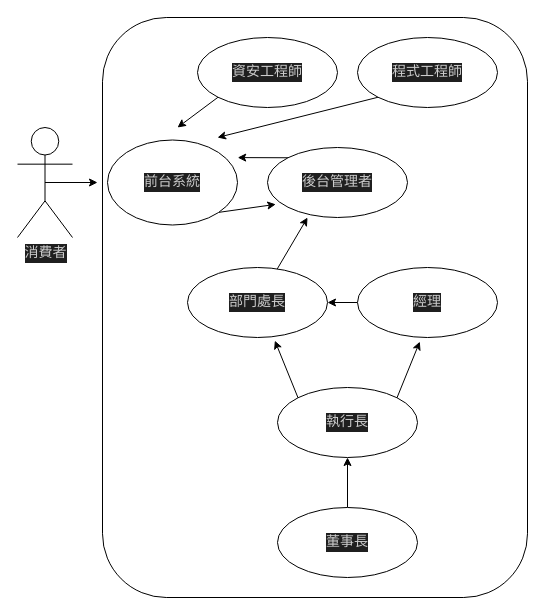
Before: 使用案例圖.drawio in ChengYe1025/FinalProject, a draw.io diagram. Source tidied: cells renumbered, new cells numbered last; positions are measured from the earlier drawing's top-left corner, leaving out a move shared by most shapes. Both pictures are drawn from the tidied source at 100%, with x=0, y=0 at pixel (17, 17).
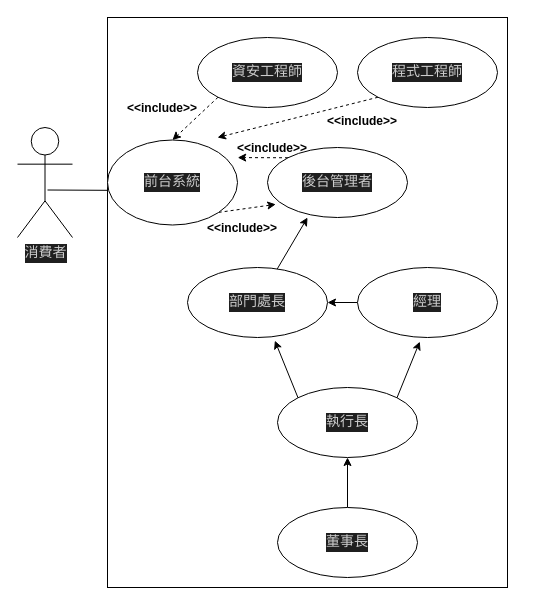
Above is the later version.

Unchanged cells that the change refers to:
```xml
<mxCell id="4" value="&lt;div style=&quot;color: rgb(204, 204, 204); background-color: rgb(31, 31, 31); font-family: Consolas, &amp;quot;Courier New&amp;quot;, monospace; font-size: 14px; line-height: 19px;&quot;&gt;消費者&lt;/div&gt;" style="shape=umlActor;verticalLabelPosition=bottom;verticalAlign=top;html=1;" parent="1" vertex="1">
  <mxGeometry y="110" width="55" height="110" as="geometry" />
</mxCell>
<mxCell id="6" value="&lt;div style=&quot;color: rgb(204, 204, 204); background-color: rgb(31, 31, 31); font-family: Consolas, &amp;quot;Courier New&amp;quot;, monospace; font-size: 14px; line-height: 19px;&quot;&gt;前台系統&lt;/div&gt;" style="ellipse;whiteSpace=wrap;html=1;" parent="1" vertex="1">
  <mxGeometry x="90" y="122.5" width="130" height="85" as="geometry" />
</mxCell>
<mxCell id="8" value="&lt;div style=&quot;color: rgb(204, 204, 204); background-color: rgb(31, 31, 31); font-family: Consolas, &amp;quot;Courier New&amp;quot;, monospace; font-size: 14px; line-height: 19px;&quot;&gt;&lt;div style=&quot;line-height: 19px;&quot;&gt;資安工程師&lt;/div&gt;&lt;/div&gt;" style="ellipse;whiteSpace=wrap;html=1;" parent="1" vertex="1">
  <mxGeometry x="180" y="20" width="140" height="70" as="geometry" />
</mxCell>
<mxCell id="10" value="&lt;div style=&quot;color: rgb(204, 204, 204); background-color: rgb(31, 31, 31); font-family: Consolas, &amp;quot;Courier New&amp;quot;, monospace; font-size: 14px; line-height: 19px;&quot;&gt;&lt;div style=&quot;line-height: 19px;&quot;&gt;後台管理者&lt;/div&gt;&lt;/div&gt;" style="ellipse;whiteSpace=wrap;html=1;" parent="1" vertex="1">
  <mxGeometry x="250" y="130" width="140" height="70" as="geometry" />
</mxCell>
<mxCell id="14" value="&lt;div style=&quot;color: rgb(204, 204, 204); background-color: rgb(31, 31, 31); font-family: Consolas, &amp;quot;Courier New&amp;quot;, monospace; font-size: 14px; line-height: 19px;&quot;&gt;&lt;div style=&quot;line-height: 19px;&quot;&gt;程式工程師&lt;/div&gt;&lt;/div&gt;" style="ellipse;whiteSpace=wrap;html=1;" parent="1" vertex="1">
  <mxGeometry x="340" y="20" width="140" height="70" as="geometry" />
</mxCell>
```

What changed in the source:
```diff
@@
-    <mxCell id="2" style="rounded=1;whiteSpace=wrap;html=1;" parent="1" vertex="1">
-      <mxGeometry x="85" width="425" height="580" as="geometry" />
-    </mxCell>
-    <mxCell id="3" style="edgeStyle=none;html=1;exitX=0.5;exitY=0.5;exitDx=0;exitDy=0;exitPerimeter=0;" parent="1" edge="1" source="4">
-      <mxGeometry relative="1" as="geometry">
-        <mxPoint x="80" y="165" as="targetPoint" />
-      </mxGeometry>
-    </mxCell>
+    <mxCell id="22" style="rounded=0;whiteSpace=wrap;html=1;" parent="1" vertex="1">
+      <mxGeometry x="90" width="400" height="570" as="geometry" />
+    </mxCell>
@@
-    <mxCell id="5" style="edgeStyle=none;html=1;exitX=1;exitY=1;exitDx=0;exitDy=0;entryX=0.059;entryY=0.812;entryDx=0;entryDy=0;entryPerimeter=0;" parent="1" edge="1" source="6" target="10">
+    <mxCell id="5" style="edgeStyle=none;html=1;exitX=1;exitY=1;exitDx=0;exitDy=0;entryX=0.059;entryY=0.812;entryDx=0;entryDy=0;entryPerimeter=0;dashed=1;" parent="1" edge="1" source="6" target="10">
       <mxGeometry relative="1" as="geometry" />
     </mxCell>
@@
-    <mxCell id="7" style="edgeStyle=none;html=1;exitX=0;exitY=1;exitDx=0;exitDy=0;" parent="1" edge="1" source="8">
-      <mxGeometry relative="1" as="geometry">
-        <mxPoint x="160" y="110" as="targetPoint" />
-      </mxGeometry>
-    </mxCell>
+    <mxCell id="23" style="edgeStyle=none;html=1;exitX=0;exitY=1;exitDx=0;exitDy=0;entryX=0.5;entryY=0;entryDx=0;entryDy=0;dashed=1;" parent="1" edge="1" source="8" target="6">
+      <mxGeometry relative="1" as="geometry" />
+    </mxCell>
@@
-    <mxCell id="9" style="edgeStyle=none;html=1;exitX=0;exitY=0;exitDx=0;exitDy=0;entryX=0.275;entryY=0.206;entryDx=0;entryDy=0;entryPerimeter=0;" parent="1" edge="1" source="10">
+    <mxCell id="9" style="edgeStyle=none;html=1;exitX=0;exitY=0;exitDx=0;exitDy=0;entryX=0.275;entryY=0.206;entryDx=0;entryDy=0;entryPerimeter=0;dashed=1;" parent="1" edge="1" source="10">
       <mxGeometry relative="1" as="geometry">
         <mxPoint x="220.2" y="140.1" as="targetPoint" />
       </mxGeometry>
     </mxCell>
@@
-    <mxCell id="13" style="edgeStyle=none;html=1;exitX=0;exitY=1;exitDx=0;exitDy=0;" parent="1" edge="1" source="14">
+    <mxCell id="13" style="edgeStyle=none;html=1;exitX=0;exitY=1;exitDx=0;exitDy=0;dashed=1;" parent="1" edge="1" source="14">
       <mxGeometry relative="1" as="geometry">
         <mxPoint x="200" y="120" as="targetPoint" />
       </mxGeometry>
     </mxCell>
@@
+    <mxCell id="24" style="endArrow=none;html=1;entryX=0.002;entryY=0.592;entryDx=0;entryDy=0;entryPerimeter=0;" parent="1" edge="1" target="6">
+      <mxGeometry relative="1" as="geometry">
+        <mxPoint x="30" y="172.5" as="sourcePoint" />
+      </mxGeometry>
+    </mxCell>
+    <mxCell id="25" value="&lt;&lt;include&gt;&gt;" style="text;align=center;fontStyle=1;verticalAlign=middle;spacingLeft=3;spacingRight=3;strokeColor=none;" parent="1" vertex="1">
+      <mxGeometry x="110" y="70" width="70" height="40" as="geometry" />
+    </mxCell>
+    <mxCell id="26" value="&lt;&lt;include&gt;&gt;" style="text;align=center;fontStyle=1;verticalAlign=middle;spacingLeft=3;spacingRight=3;strokeColor=none;" parent="1" vertex="1">
+      <mxGeometry x="310" y="82.5" width="70" height="40" as="geometry" />
+    </mxCell>
+    <mxCell id="27" value="&lt;&lt;include&gt;&gt;" style="text;align=center;fontStyle=1;verticalAlign=middle;spacingLeft=3;spacingRight=3;strokeColor=none;" parent="1" vertex="1">
+      <mxGeometry x="220" y="110" width="70" height="40" as="geometry" />
+    </mxCell>
+    <mxCell id="28" value="&lt;&lt;include&gt;&gt;" style="text;align=center;fontStyle=1;verticalAlign=middle;spacingLeft=3;spacingRight=3;strokeColor=none;" parent="1" vertex="1">
+      <mxGeometry x="190" y="190" width="70" height="40" as="geometry" />
+    </mxCell>
```
